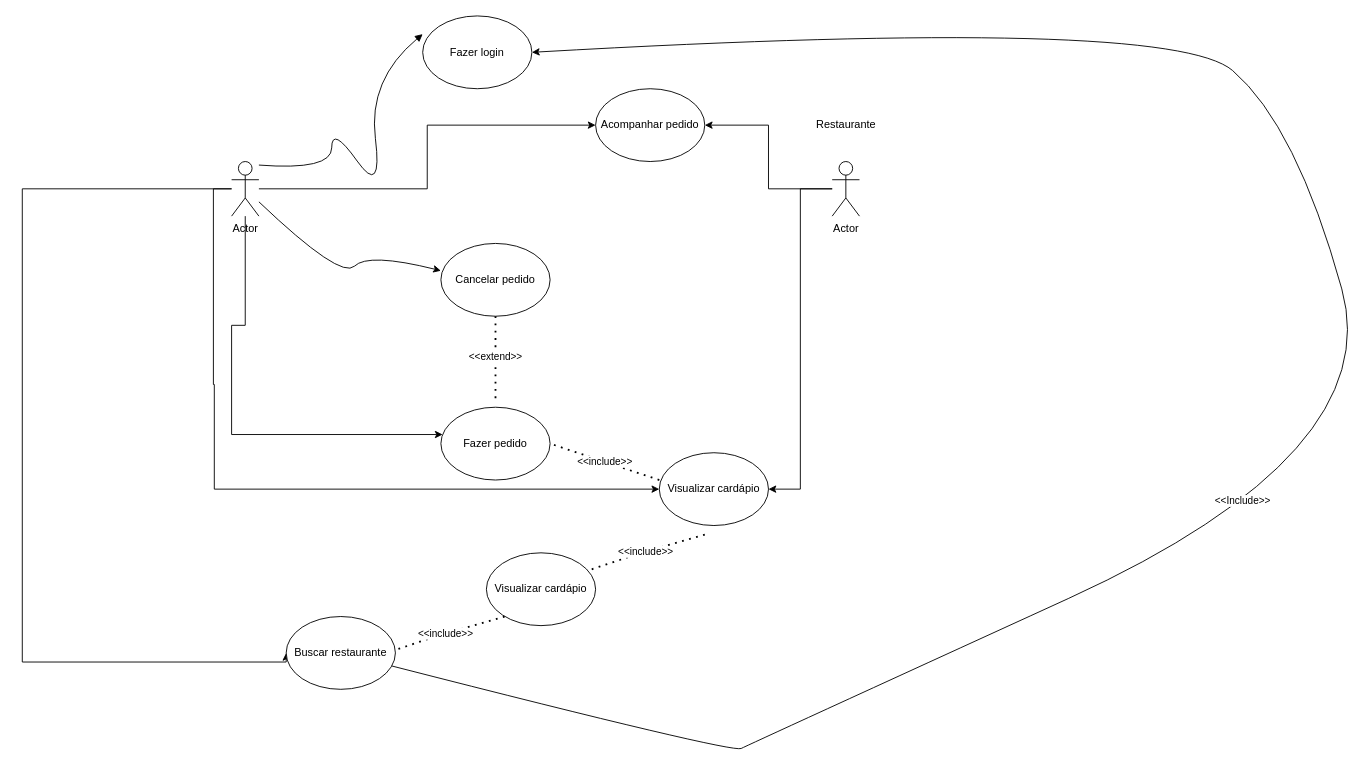
Earlier version of the draw.io diagram Caso-de-uso (1).drawio (matheuslima15lima/DiagramasRequisitos). Source tidied: cells renumbered, new cells numbered last; positions are measured from the earlier drawing's top-left corner, leaving out a move shared by most shapes. Both pictures are drawn from the tidied source at 91%, with x=0, y=0 at pixel (22, 15).
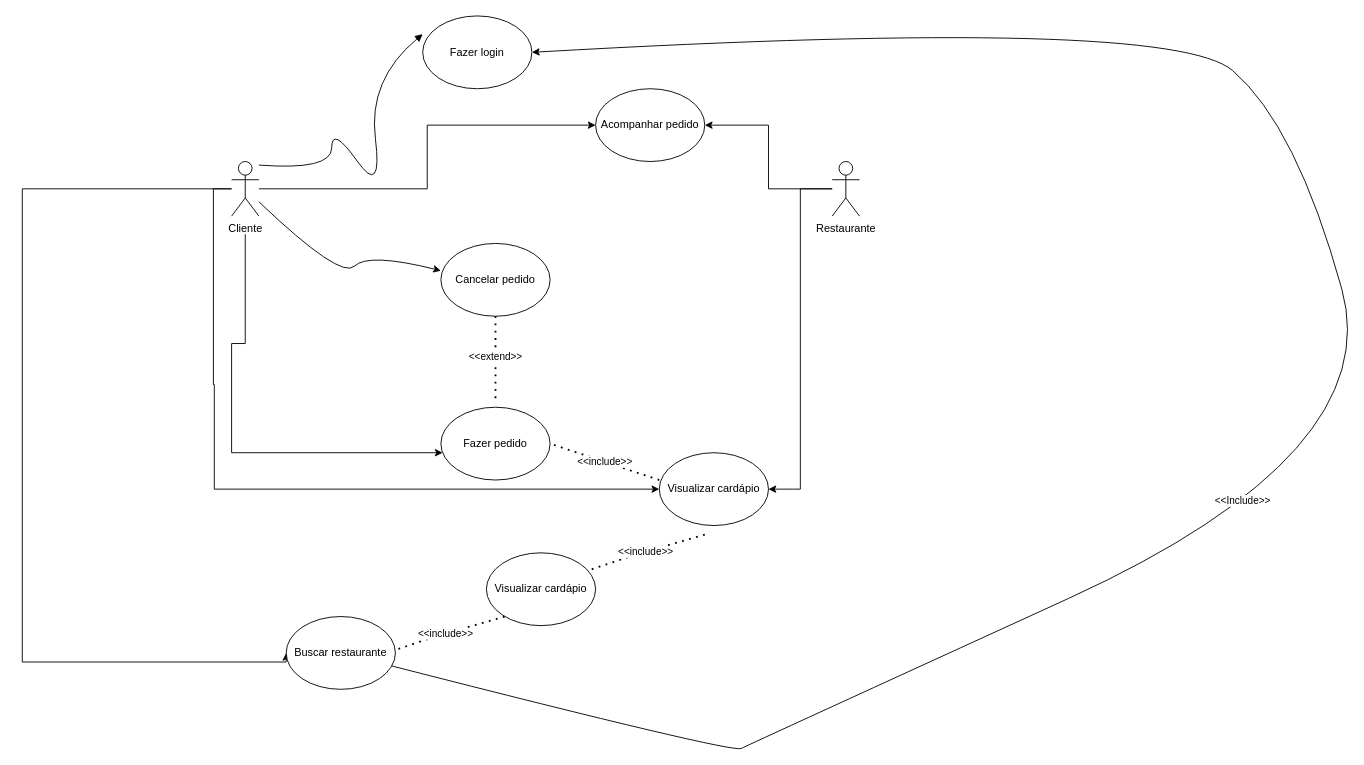
The same page after the edit.

The change refers to these unchanged cells:
```xml
<mxCell id="16" value="Fazer pedido" style="ellipse;whiteSpace=wrap;html=1;" parent="1" vertex="1">
  <mxGeometry x="460" y="430" width="120" height="80" as="geometry" />
</mxCell>
```

The edit, as a diff of the source:
```diff
@@
-    <mxCell id="5" style="edgeStyle=orthogonalEdgeStyle;rounded=0;jettySize=auto;html=1;" parent="1" edge="1" source="7" target="16">
+    <mxCell id="5" style="edgeStyle=orthogonalEdgeStyle;rounded=0;orthogonalLoop=1;jettySize=auto;html=1;" parent="1" edge="1">
       <mxGeometry relative="1" as="geometry">
+        <mxPoint x="245" y="240" as="sourcePoint" />
+        <mxPoint x="461.9" y="480" as="targetPoint" />
         <Array as="points">
-          <mxPoint x="245" y="340" />
-          <mxPoint x="230" y="340" />
-          <mxPoint x="230" y="460" />
+          <mxPoint x="245" y="360" />
+          <mxPoint x="230" y="360" />
+          <mxPoint x="230" y="480" />
         </Array>
       </mxGeometry>
     </mxCell>
@@
-    <mxCell id="7" value="Actor" style="shape=umlActor;verticalLabelPosition=bottom;verticalAlign=top;html=1;outlineConnect=0;" parent="1" vertex="1">
+    <mxCell id="7" value="Cliente" style="shape=umlActor;verticalLabelPosition=bottom;verticalAlign=top;html=1;outlineConnect=0;" parent="1" vertex="1">
       <mxGeometry x="230" y="160" width="30" height="60" as="geometry" />
     </mxCell>
@@
-    <mxCell id="11" value="Actor" style="shape=umlActor;verticalLabelPosition=bottom;verticalAlign=top;html=1;outlineConnect=0;" parent="1" vertex="1">
+    <mxCell id="11" value="Restaurante" style="shape=umlActor;verticalLabelPosition=bottom;verticalAlign=top;html=1;outlineConnect=0;" parent="1" vertex="1">
       <mxGeometry x="890" y="160" width="30" height="60" as="geometry" />
     </mxCell>
@@
-    <mxCell id="25" value="Restaurante" style="text;html=1;align=center;verticalAlign=middle;strokeColor=none;fillColor=none;" parent="1" vertex="1">
-      <mxGeometry x="860" y="105" width="90" height="30" as="geometry" />
-    </mxCell>
```
